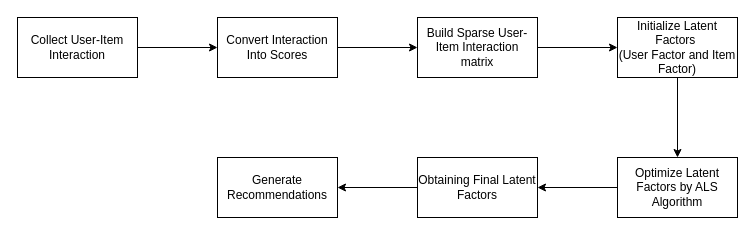
The draw.io diagram ALS.drawio in Vu-Tran-1611/group-project-recommendation-system, before the edit. Source tidied: cells renumbered, new cells numbered last; positions are measured from the earlier drawing's top-left corner, leaving out a move shared by most shapes. Both pictures are drawn from the tidied source at 100%, with x=0, y=0 at pixel (17, 17).
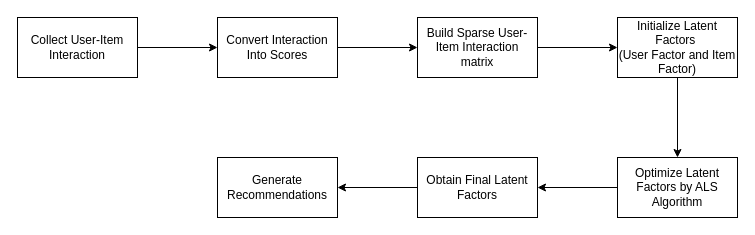
After the change.

Change to the diagram source:
```diff
@@
 <mxGraphModel>
   <root>
     <mxCell id="0" />
     <mxCell id="1" parent="0" />
     <mxCell id="2" style="edgeStyle=orthogonalEdgeStyle;rounded=0;jettySize=auto;html=1;" parent="1" edge="1" source="3" target="5">
       <mxGeometry relative="1" as="geometry" />
     </mxCell>
     <mxCell id="3" value="Collect User-Item Interaction" style="rounded=0;whiteSpace=wrap;html=1;" parent="1" vertex="1">
       <mxGeometry width="120" height="60" as="geometry" />
     </mxCell>
     <mxCell id="4" style="edgeStyle=orthogonalEdgeStyle;rounded=0;jettySize=auto;html=1;" parent="1" edge="1" source="5" target="7">
       <mxGeometry relative="1" as="geometry" />
     </mxCell>
     <mxCell id="5" value="Convert Interaction Into Scores" style="rounded=0;whiteSpace=wrap;html=1;" parent="1" vertex="1">
       <mxGeometry x="200" width="120" height="60" as="geometry" />
     </mxCell>
     <mxCell id="6" style="edgeStyle=orthogonalEdgeStyle;rounded=0;jettySize=auto;html=1;" parent="1" edge="1" source="7" target="9">
       <mxGeometry relative="1" as="geometry" />
     </mxCell>
     <mxCell id="7" value="Build Sparse User-Item Interaction matrix" style="whiteSpace=wrap;html=1;rounded=0;" parent="1" vertex="1">
       <mxGeometry x="400" width="120" height="60" as="geometry" />
     </mxCell>
     <mxCell id="8" style="edgeStyle=orthogonalEdgeStyle;rounded=0;jettySize=auto;html=1;" parent="1" edge="1" source="9" target="11">
       <mxGeometry relative="1" as="geometry" />
     </mxCell>
     <mxCell id="9" value="Initialize Latent Factors&amp;nbsp;&lt;div&gt;(User Factor and Item Factor)&lt;/div&gt;" style="whiteSpace=wrap;html=1;rounded=0;" parent="1" vertex="1">
       <mxGeometry x="600" width="120" height="60" as="geometry" />
     </mxCell>
     <mxCell id="10" style="edgeStyle=orthogonalEdgeStyle;rounded=0;jettySize=auto;html=1;" parent="1" edge="1" source="11" target="13">
       <mxGeometry relative="1" as="geometry" />
     </mxCell>
     <mxCell id="11" value="Optimize Latent Factors by ALS Algorithm" style="whiteSpace=wrap;html=1;rounded=0;" parent="1" vertex="1">
       <mxGeometry x="600" y="140" width="120" height="60" as="geometry" />
     </mxCell>
     <mxCell id="12" style="edgeStyle=orthogonalEdgeStyle;rounded=0;jettySize=auto;html=1;" parent="1" edge="1" source="13" target="14">
       <mxGeometry relative="1" as="geometry" />
     </mxCell>
-    <mxCell id="13" value="Obtaining Final Latent Factors" style="whiteSpace=wrap;html=1;rounded=0;" parent="1" vertex="1">
+    <mxCell id="13" value="Obtain Final Latent Factors" style="whiteSpace=wrap;html=1;rounded=0;" parent="1" vertex="1">
       <mxGeometry x="400" y="140" width="120" height="60" as="geometry" />
     </mxCell>
     <mxCell id="14" value="Generate Recommendations" style="whiteSpace=wrap;html=1;rounded=0;" parent="1" vertex="1">
       <mxGeometry x="200" y="140" width="120" height="60" as="geometry" />
     </mxCell>
   </root>
 </mxGraphModel>
```
